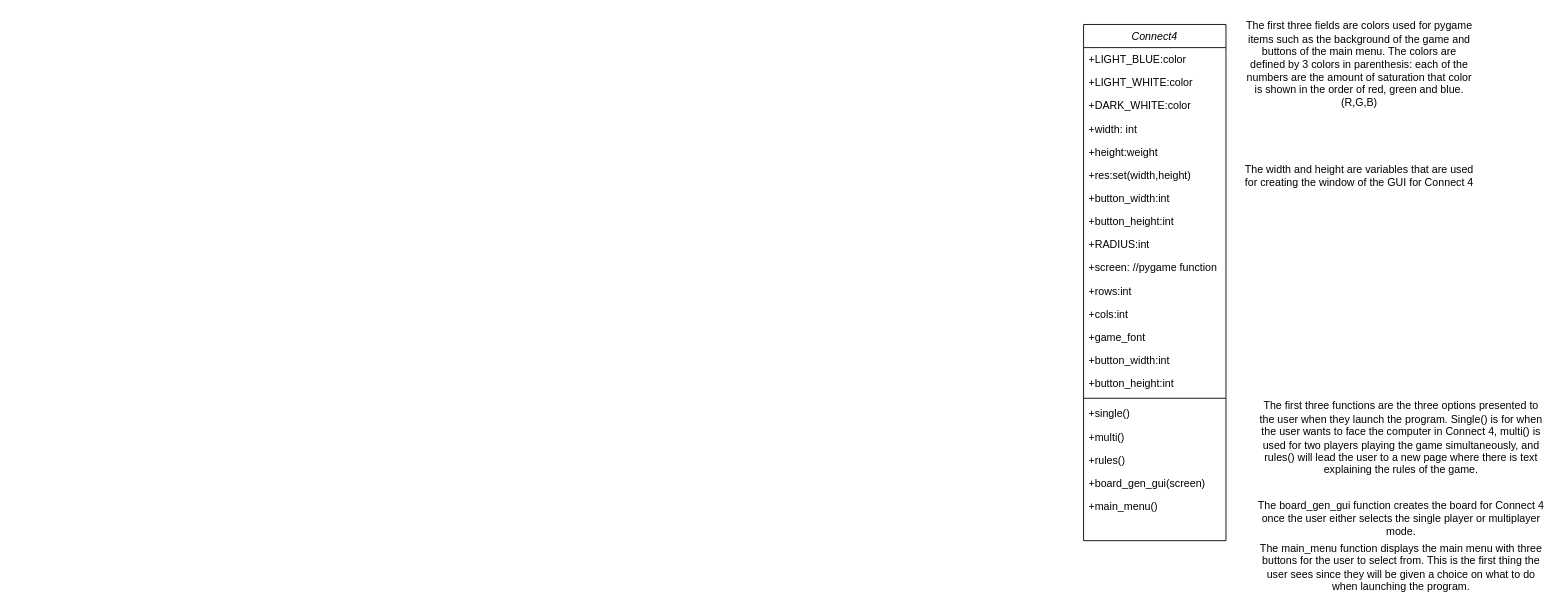
husseng96/01-connect4group1 keeps this draw.io diagram as Connect4UML.drawio. Above is the earlier version. Source tidied: cells renumbered, new cells numbered last; positions are measured from the earlier drawing's top-left corner, leaving out a move shared by most shapes. Both pictures are drawn from the tidied source at 89%, with x=0, y=0 at pixel (1083, 15).
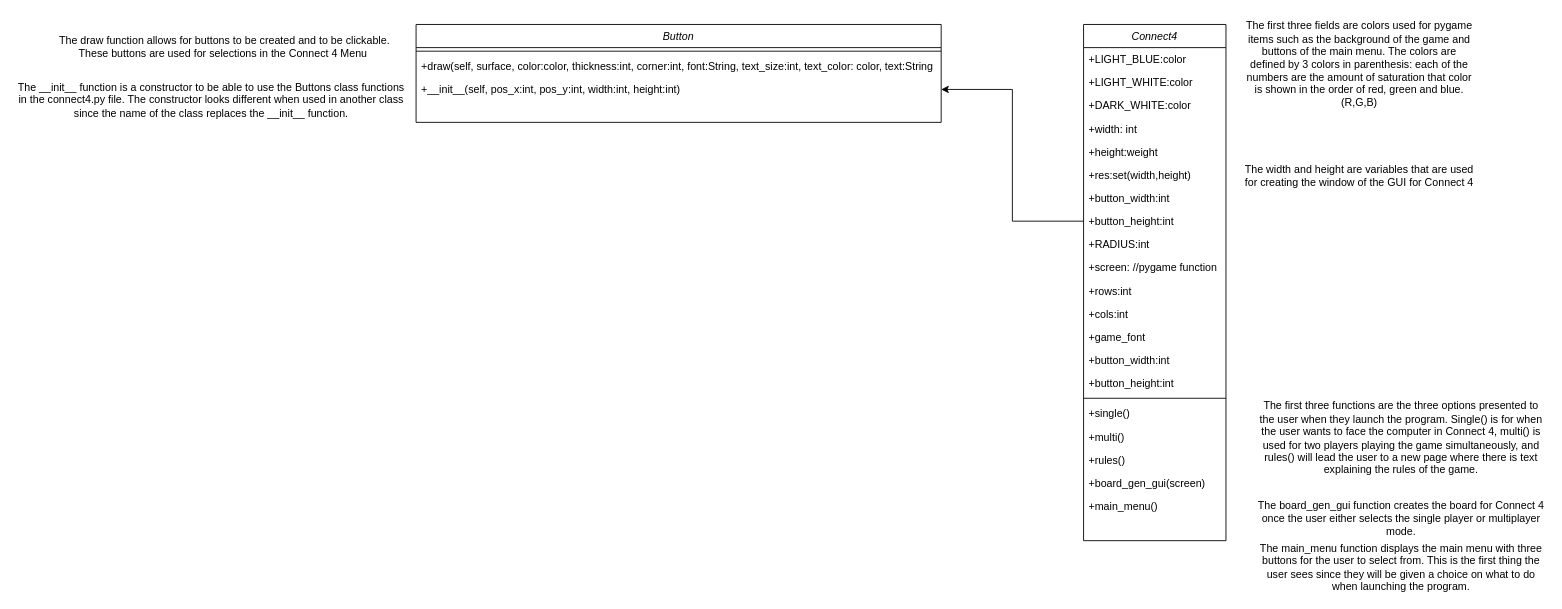
After the change.

Commit message:
Update to Connect 4 UML Diagram

Unchanged cells that the change refers to:
```xml
<mxCell id="10" value="+button_height:int" style="text;align=left;verticalAlign=top;spacingLeft=4;spacingRight=4;overflow=hidden;points=[[0,0.5],[1,0.5]];portConstraint=eastwest;" parent="2" vertex="1">
  <mxGeometry y="208" width="160" height="26" as="geometry" />
</mxCell>
```

The edit, as a diff of the source:
```diff
@@
+    <mxCell id="29" value="Button" style="swimlane;fontStyle=2;align=center;verticalAlign=top;horizontal=1;startSize=26;rounded=0;shadow=0;strokeWidth=1;" parent="1" vertex="1">
+      <mxGeometry x="-750" y="10" width="590" height="110" as="geometry" />
+    </mxCell>
+    <mxCell id="30" style="line;html=1;strokeWidth=1;align=left;verticalAlign=middle;spacingTop=-1;spacingLeft=3;spacingRight=3;labelPosition=right;" parent="29" vertex="1">
+      <mxGeometry y="26" width="590" height="8" as="geometry" />
+    </mxCell>
+    <mxCell id="31" value="+draw(self, surface, color:color, thickness:int, corner:int, font:String, text_size:int, text_color: color, text:String" style="text;align=left;verticalAlign=top;spacingLeft=4;spacingRight=4;overflow=hidden;" parent="29" vertex="1">
+      <mxGeometry y="34" width="590" height="26" as="geometry" />
+    </mxCell>
+    <mxCell id="32" value="+__init__(self, pos_x:int, pos_y:int, width:int, height:int)" style="text;align=left;verticalAlign=top;spacingLeft=4;spacingRight=4;overflow=hidden;points=[[0,0.5],[1,0.5]];portConstraint=eastwest;" parent="29" vertex="1">
+      <mxGeometry y="60" width="590" height="26" as="geometry" />
+    </mxCell>
+    <mxCell id="33" style="edgeStyle=orthogonalEdgeStyle;rounded=0;jettySize=auto;html=1;exitX=0;exitY=0.5;exitDx=0;exitDy=0;entryX=1;entryY=0.5;entryDx=0;entryDy=0;" parent="1" edge="1" source="10" target="32">
+      <mxGeometry relative="1" as="geometry" />
+    </mxCell>
+    <mxCell id="34" value="The __init__ function is a constructor to be able to use the Buttons class functions in the connect4.py file. The constructor looks different when used in another class since the name of the class replaces the __init__ function. " style="text;html=1;strokeColor=none;fillColor=none;align=center;verticalAlign=middle;whiteSpace=wrap;rounded=0;" parent="1" vertex="1">
+      <mxGeometry x="-1200" y="60" width="440" height="70" as="geometry" />
+    </mxCell>
+    <mxCell id="35" value="The draw function allows for buttons to be created and to be clickable. These buttons are used for selections in the Connect 4 Menu&amp;nbsp; " style="text;html=1;strokeColor=none;fillColor=none;align=center;verticalAlign=middle;whiteSpace=wrap;rounded=0;" parent="1" vertex="1">
+      <mxGeometry x="-1170" y="10" width="410" height="50" as="geometry" />
+    </mxCell>
```
